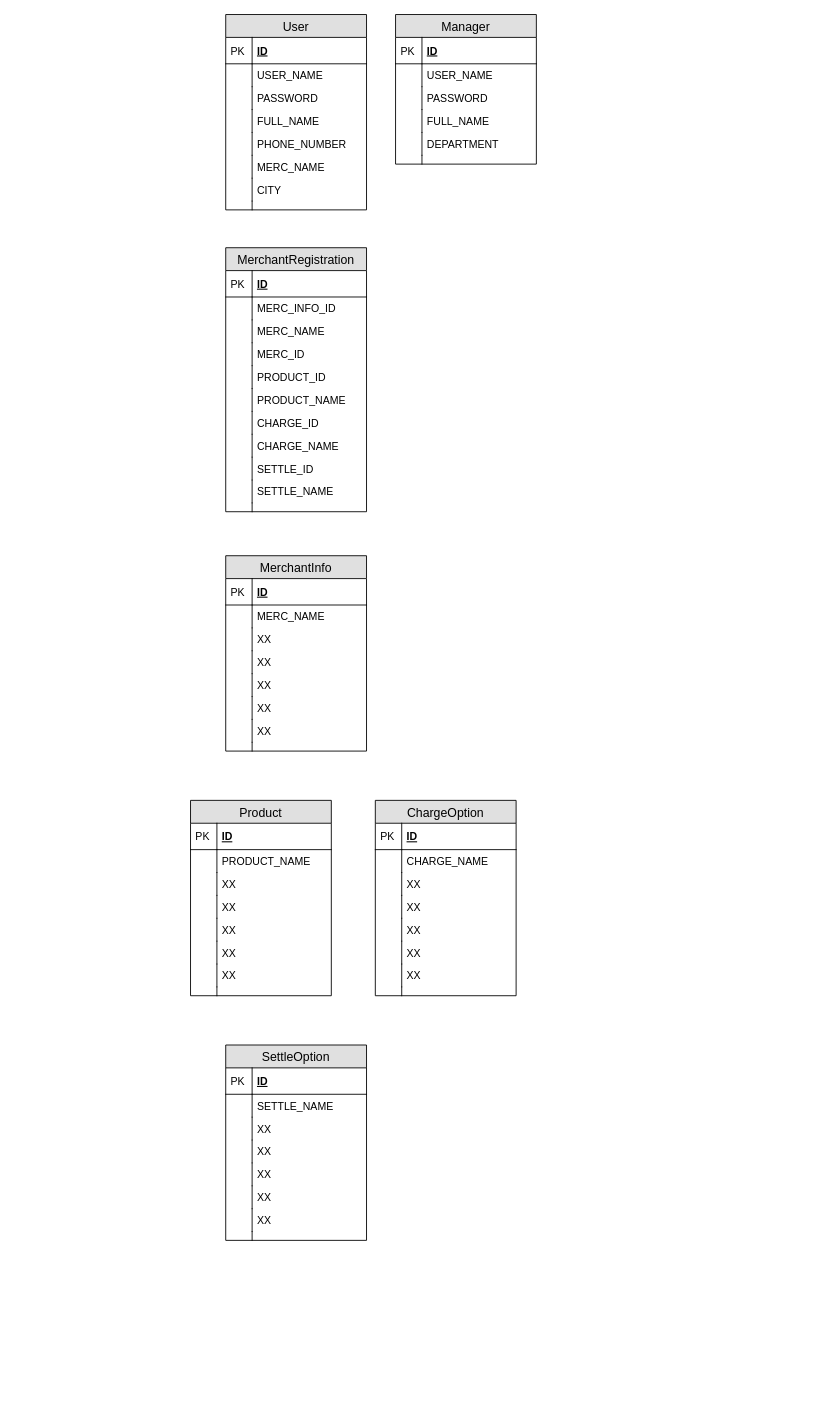
The draw.io diagram Untitled Diagram.drawio in havenqi/Draw.io, before the edit. Source tidied: cells renumbered, new cells numbered last; positions are measured from the earlier drawing's top-left corner, leaving out a move shared by most shapes. Both pictures are drawn from the tidied source at 88%, with x=0, y=0 at pixel (190, 14).
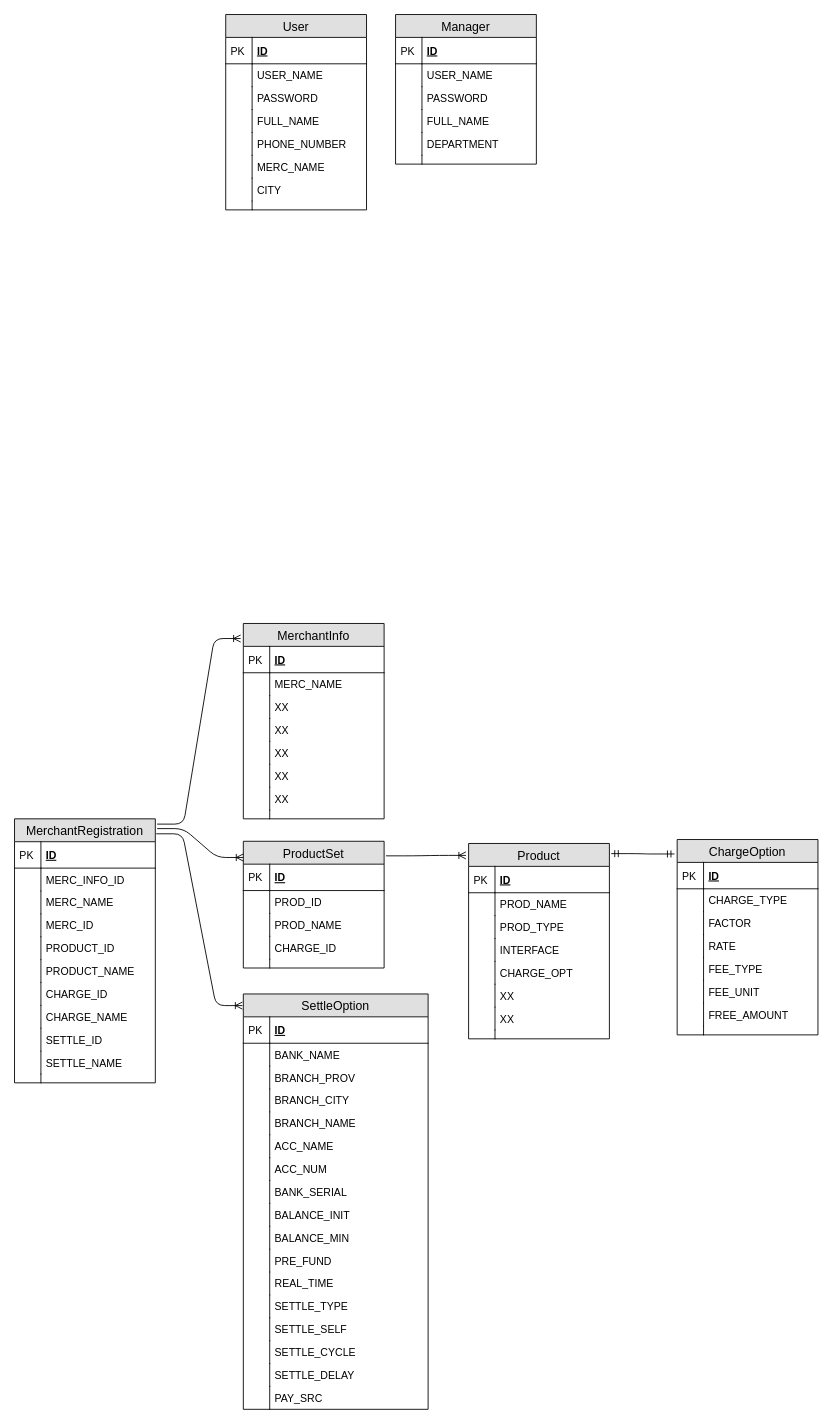
After the change.

What changed in the source:
```diff
@@
     <mxCell id="32" value="MerchantInfo" style="swimlane;fontStyle=0;horizontal=1;startSize=26;fillColor=#e0e0e0;swimlaneFillColor=#ffffff;align=center;fontSize=14;" parent="1" vertex="1">
-      <mxGeometry x="40" y="615" width="160" height="222" as="geometry" />
+      <mxGeometry x="60" y="692" width="160" height="222" as="geometry" />
     </mxCell>
@@
     <mxCell id="49" value="Product" style="swimlane;fontStyle=0;horizontal=1;startSize=26;fillColor=#e0e0e0;swimlaneFillColor=#ffffff;align=center;fontSize=14;" parent="1" vertex="1">
-      <mxGeometry y="893" width="160" height="222" as="geometry" />
+      <mxGeometry x="316" y="942" width="160" height="222" as="geometry" />
     </mxCell>
@@
-    <mxCell id="52" value="PRODUCT_NAME" style="shape=partialRectangle;top=0;left=0;right=0;bottom=0;align=left;verticalAlign=top;fillColor=none;spacingLeft=34;spacingRight=4;overflow=hidden;fontSize=12;" parent="49" vertex="1">
+    <mxCell id="52" value="PROD_NAME" style="shape=partialRectangle;top=0;left=0;right=0;bottom=0;align=left;verticalAlign=top;fillColor=none;spacingLeft=34;spacingRight=4;overflow=hidden;fontSize=12;" parent="49" vertex="1">
       <mxGeometry y="56" width="160" height="26" as="geometry" />
     </mxCell>
@@
-    <mxCell id="54" value="XX" style="shape=partialRectangle;top=0;left=0;right=0;bottom=0;align=left;verticalAlign=top;fillColor=none;spacingLeft=34;spacingRight=4;overflow=hidden;fontSize=12;" parent="49" vertex="1">
+    <mxCell id="54" value="PROD_TYPE" style="shape=partialRectangle;top=0;left=0;right=0;bottom=0;align=left;verticalAlign=top;fillColor=none;spacingLeft=34;spacingRight=4;overflow=hidden;fontSize=12;" parent="49" vertex="1">
       <mxGeometry y="82" width="160" height="26" as="geometry" />
     </mxCell>
@@
-    <mxCell id="56" value="XX" style="shape=partialRectangle;top=0;left=0;right=0;bottom=0;align=left;verticalAlign=top;fillColor=none;spacingLeft=34;spacingRight=4;overflow=hidden;fontSize=12;" parent="49" vertex="1">
+    <mxCell id="56" value="INTERFACE" style="shape=partialRectangle;top=0;left=0;right=0;bottom=0;align=left;verticalAlign=top;fillColor=none;spacingLeft=34;spacingRight=4;overflow=hidden;fontSize=12;" parent="49" vertex="1">
       <mxGeometry y="108" width="160" height="26" as="geometry" />
     </mxCell>
@@
-    <mxCell id="58" value="XX" style="shape=partialRectangle;top=0;left=0;right=0;bottom=0;align=left;verticalAlign=top;fillColor=none;spacingLeft=34;spacingRight=4;overflow=hidden;fontSize=12;" parent="49" vertex="1">
+    <mxCell id="58" value="CHARGE_OPT" style="shape=partialRectangle;top=0;left=0;right=0;bottom=0;align=left;verticalAlign=top;fillColor=none;spacingLeft=34;spacingRight=4;overflow=hidden;fontSize=12;" parent="49" vertex="1">
       <mxGeometry y="134" width="160" height="26" as="geometry" />
     </mxCell>
@@
     <mxCell id="66" value="ChargeOption" style="swimlane;fontStyle=0;horizontal=1;startSize=26;fillColor=#e0e0e0;swimlaneFillColor=#ffffff;align=center;fontSize=14;" parent="1" vertex="1">
-      <mxGeometry x="210" y="893" width="160" height="222" as="geometry" />
+      <mxGeometry x="553" y="937.5" width="160" height="222" as="geometry" />
     </mxCell>
@@
-    <mxCell id="69" value="CHARGE_NAME" style="shape=partialRectangle;top=0;left=0;right=0;bottom=0;align=left;verticalAlign=top;fillColor=none;spacingLeft=34;spacingRight=4;overflow=hidden;fontSize=12;" parent="66" vertex="1">
+    <mxCell id="69" value="CHARGE_TYPE" style="shape=partialRectangle;top=0;left=0;right=0;bottom=0;align=left;verticalAlign=top;fillColor=none;spacingLeft=34;spacingRight=4;overflow=hidden;fontSize=12;" parent="66" vertex="1">
       <mxGeometry y="56" width="160" height="26" as="geometry" />
     </mxCell>
@@
-    <mxCell id="71" value="XX" style="shape=partialRectangle;top=0;left=0;right=0;bottom=0;align=left;verticalAlign=top;fillColor=none;spacingLeft=34;spacingRight=4;overflow=hidden;fontSize=12;" parent="66" vertex="1">
+    <mxCell id="71" value="FACTOR" style="shape=partialRectangle;top=0;left=0;right=0;bottom=0;align=left;verticalAlign=top;fillColor=none;spacingLeft=34;spacingRight=4;overflow=hidden;fontSize=12;" parent="66" vertex="1">
       <mxGeometry y="82" width="160" height="26" as="geometry" />
     </mxCell>
@@
-    <mxCell id="73" value="XX" style="shape=partialRectangle;top=0;left=0;right=0;bottom=0;align=left;verticalAlign=top;fillColor=none;spacingLeft=34;spacingRight=4;overflow=hidden;fontSize=12;" parent="66" vertex="1">
+    <mxCell id="73" value="RATE" style="shape=partialRectangle;top=0;left=0;right=0;bottom=0;align=left;verticalAlign=top;fillColor=none;spacingLeft=34;spacingRight=4;overflow=hidden;fontSize=12;" parent="66" vertex="1">
       <mxGeometry y="108" width="160" height="26" as="geometry" />
     </mxCell>
@@
-    <mxCell id="75" value="XX" style="shape=partialRectangle;top=0;left=0;right=0;bottom=0;align=left;verticalAlign=top;fillColor=none;spacingLeft=34;spacingRight=4;overflow=hidden;fontSize=12;" parent="66" vertex="1">
+    <mxCell id="75" value="FEE_TYPE" style="shape=partialRectangle;top=0;left=0;right=0;bottom=0;align=left;verticalAlign=top;fillColor=none;spacingLeft=34;spacingRight=4;overflow=hidden;fontSize=12;" parent="66" vertex="1">
       <mxGeometry y="134" width="160" height="26" as="geometry" />
     </mxCell>
@@
-    <mxCell id="77" value="XX" style="shape=partialRectangle;top=0;left=0;right=0;bottom=0;align=left;verticalAlign=top;fillColor=none;spacingLeft=34;spacingRight=4;overflow=hidden;fontSize=12;" parent="66" vertex="1">
+    <mxCell id="77" value="FEE_UNIT" style="shape=partialRectangle;top=0;left=0;right=0;bottom=0;align=left;verticalAlign=top;fillColor=none;spacingLeft=34;spacingRight=4;overflow=hidden;fontSize=12;" parent="66" vertex="1">
       <mxGeometry y="160" width="160" height="26" as="geometry" />
     </mxCell>
@@
-    <mxCell id="79" value="XX" style="shape=partialRectangle;top=0;left=0;right=0;bottom=0;align=left;verticalAlign=top;fillColor=none;spacingLeft=34;spacingRight=4;overflow=hidden;fontSize=12;" parent="66" vertex="1">
+    <mxCell id="79" value="FREE_AMOUNT" style="shape=partialRectangle;top=0;left=0;right=0;bottom=0;align=left;verticalAlign=top;fillColor=none;spacingLeft=34;spacingRight=4;overflow=hidden;fontSize=12;" parent="66" vertex="1">
       <mxGeometry y="186" width="160" height="26" as="geometry" />
     </mxCell>
@@
     <mxCell id="83" value="SettleOption" style="swimlane;fontStyle=0;horizontal=1;startSize=26;fillColor=#e0e0e0;swimlaneFillColor=#ffffff;align=center;fontSize=14;" parent="1" vertex="1">
-      <mxGeometry x="40" y="1171" width="160" height="222" as="geometry" />
+      <mxGeometry x="60" y="1113" width="210" height="472" as="geometry" />
     </mxCell>
     <mxCell id="84" value="ID" style="shape=partialRectangle;top=0;left=0;right=0;bottom=1;align=left;verticalAlign=middle;fillColor=none;spacingLeft=34;spacingRight=4;overflow=hidden;fontStyle=5;fontSize=12;" parent="83" vertex="1">
-      <mxGeometry y="26" width="160" height="30" as="geometry" />
+      <mxGeometry y="26" width="210" height="30" as="geometry" />
     </mxCell>
@@
-    <mxCell id="86" value="SETTLE_NAME" style="shape=partialRectangle;top=0;left=0;right=0;bottom=0;align=left;verticalAlign=top;fillColor=none;spacingLeft=34;spacingRight=4;overflow=hidden;fontSize=12;" parent="83" vertex="1">
-      <mxGeometry y="56" width="160" height="26" as="geometry" />
+    <mxCell id="86" value="BANK_NAME" style="shape=partialRectangle;top=0;left=0;right=0;bottom=0;align=left;verticalAlign=top;fillColor=none;spacingLeft=34;spacingRight=4;overflow=hidden;fontSize=12;" parent="83" vertex="1">
+      <mxGeometry y="56" width="210" height="26" as="geometry" />
     </mxCell>
@@
-    <mxCell id="88" value="XX" style="shape=partialRectangle;top=0;left=0;right=0;bottom=0;align=left;verticalAlign=top;fillColor=none;spacingLeft=34;spacingRight=4;overflow=hidden;fontSize=12;" parent="83" vertex="1">
-      <mxGeometry y="82" width="160" height="26" as="geometry" />
+    <mxCell id="88" value="BRANCH_PROV" style="shape=partialRectangle;top=0;left=0;right=0;bottom=0;align=left;verticalAlign=top;fillColor=none;spacingLeft=34;spacingRight=4;overflow=hidden;fontSize=12;" parent="83" vertex="1">
+      <mxGeometry y="82" width="210" height="26" as="geometry" />
     </mxCell>
@@
-    <mxCell id="90" value="XX" style="shape=partialRectangle;top=0;left=0;right=0;bottom=0;align=left;verticalAlign=top;fillColor=none;spacingLeft=34;spacingRight=4;overflow=hidden;fontSize=12;" parent="83" vertex="1">
-      <mxGeometry y="108" width="160" height="26" as="geometry" />
+    <mxCell id="90" value="BRANCH_CITY" style="shape=partialRectangle;top=0;left=0;right=0;bottom=0;align=left;verticalAlign=top;fillColor=none;spacingLeft=34;spacingRight=4;overflow=hidden;fontSize=12;" parent="83" vertex="1">
+      <mxGeometry y="108" width="210" height="26" as="geometry" />
     </mxCell>
@@
-    <mxCell id="92" value="XX" style="shape=partialRectangle;top=0;left=0;right=0;bottom=0;align=left;verticalAlign=top;fillColor=none;spacingLeft=34;spacingRight=4;overflow=hidden;fontSize=12;" parent="83" vertex="1">
-      <mxGeometry y="134" width="160" height="26" as="geometry" />
+    <mxCell id="92" value="BRANCH_NAME" style="shape=partialRectangle;top=0;left=0;right=0;bottom=0;align=left;verticalAlign=top;fillColor=none;spacingLeft=34;spacingRight=4;overflow=hidden;fontSize=12;" parent="83" vertex="1">
+      <mxGeometry y="134" width="210" height="26" as="geometry" />
     </mxCell>
@@
-    <mxCell id="94" value="XX" style="shape=partialRectangle;top=0;left=0;right=0;bottom=0;align=left;verticalAlign=top;fillColor=none;spacingLeft=34;spacingRight=4;overflow=hidden;fontSize=12;" parent="83" vertex="1">
-      <mxGeometry y="160" width="160" height="26" as="geometry" />
+    <mxCell id="94" value="ACC_NAME" style="shape=partialRectangle;top=0;left=0;right=0;bottom=0;align=left;verticalAlign=top;fillColor=none;spacingLeft=34;spacingRight=4;overflow=hidden;fontSize=12;" parent="83" vertex="1">
+      <mxGeometry y="160" width="210" height="26" as="geometry" />
     </mxCell>
@@
-    <mxCell id="96" value="XX" style="shape=partialRectangle;top=0;left=0;right=0;bottom=0;align=left;verticalAlign=top;fillColor=none;spacingLeft=34;spacingRight=4;overflow=hidden;fontSize=12;" parent="83" vertex="1">
-      <mxGeometry y="186" width="160" height="26" as="geometry" />
+    <mxCell id="96" value="ACC_NUM" style="shape=partialRectangle;top=0;left=0;right=0;bottom=0;align=left;verticalAlign=top;fillColor=none;spacingLeft=34;spacingRight=4;overflow=hidden;fontSize=12;" parent="83" vertex="1">
+      <mxGeometry y="186" width="210" height="26" as="geometry" />
     </mxCell>
@@
-    <mxCell id="98" style="shape=partialRectangle;top=0;left=0;right=0;bottom=0;align=left;verticalAlign=top;fillColor=none;spacingLeft=34;spacingRight=4;overflow=hidden;fontSize=12;" parent="83" vertex="1">
-      <mxGeometry y="212" width="160" height="10" as="geometry" />
-    </mxCell>
-    <mxCell id="99" style="shape=partialRectangle;top=0;left=0;bottom=0;fillColor=none;align=left;verticalAlign=top;spacingLeft=4;spacingRight=4;overflow=hidden;fontSize=12;" parent="98" vertex="1">
-      <mxGeometry width="30" height="10" as="geometry" />
-    </mxCell>
+    <mxCell id="123" value="BANK_SERIAL" style="shape=partialRectangle;top=0;left=0;right=0;bottom=0;align=left;verticalAlign=top;fillColor=none;spacingLeft=34;spacingRight=4;overflow=hidden;fontSize=12;" parent="83" vertex="1">
+      <mxGeometry y="212" width="210" height="26" as="geometry" />
+    </mxCell>
+    <mxCell id="124" style="shape=partialRectangle;top=0;left=0;bottom=0;fillColor=none;align=left;verticalAlign=top;spacingLeft=4;spacingRight=4;overflow=hidden;fontSize=12;" parent="123" vertex="1">
+      <mxGeometry width="30" height="26" as="geometry" />
+    </mxCell>
+    <mxCell id="125" value="BALANCE_INIT" style="shape=partialRectangle;top=0;left=0;right=0;bottom=0;align=left;verticalAlign=top;fillColor=none;spacingLeft=34;spacingRight=4;overflow=hidden;fontSize=12;" parent="83" vertex="1">
+      <mxGeometry y="238" width="210" height="26" as="geometry" />
+    </mxCell>
+    <mxCell id="126" style="shape=partialRectangle;top=0;left=0;bottom=0;fillColor=none;align=left;verticalAlign=top;spacingLeft=4;spacingRight=4;overflow=hidden;fontSize=12;" parent="125" vertex="1">
+      <mxGeometry width="30" height="26" as="geometry" />
+    </mxCell>
+    <mxCell id="127" value="BALANCE_MIN" style="shape=partialRectangle;top=0;left=0;right=0;bottom=0;align=left;verticalAlign=top;fillColor=none;spacingLeft=34;spacingRight=4;overflow=hidden;fontSize=12;" parent="83" vertex="1">
+      <mxGeometry y="264" width="210" height="26" as="geometry" />
+    </mxCell>
+    <mxCell id="128" style="shape=partialRectangle;top=0;left=0;bottom=0;fillColor=none;align=left;verticalAlign=top;spacingLeft=4;spacingRight=4;overflow=hidden;fontSize=12;" parent="127" vertex="1">
+      <mxGeometry width="30" height="26" as="geometry" />
+    </mxCell>
+    <mxCell id="129" value="PRE_FUND" style="shape=partialRectangle;top=0;left=0;right=0;bottom=0;align=left;verticalAlign=top;fillColor=none;spacingLeft=34;spacingRight=4;overflow=hidden;fontSize=12;" parent="83" vertex="1">
+      <mxGeometry y="290" width="210" height="26" as="geometry" />
+    </mxCell>
+    <mxCell id="130" style="shape=partialRectangle;top=0;left=0;bottom=0;fillColor=none;align=left;verticalAlign=top;spacingLeft=4;spacingRight=4;overflow=hidden;fontSize=12;" parent="129" vertex="1">
+      <mxGeometry width="30" height="26" as="geometry" />
+    </mxCell>
+    <mxCell id="131" value="REAL_TIME" style="shape=partialRectangle;top=0;left=0;right=0;bottom=0;align=left;verticalAlign=top;fillColor=none;spacingLeft=34;spacingRight=4;overflow=hidden;fontSize=12;" parent="83" vertex="1">
+      <mxGeometry y="316" width="210" height="26" as="geometry" />
+    </mxCell>
+    <mxCell id="132" style="shape=partialRectangle;top=0;left=0;bottom=0;fillColor=none;align=left;verticalAlign=top;spacingLeft=4;spacingRight=4;overflow=hidden;fontSize=12;" parent="131" vertex="1">
+      <mxGeometry width="30" height="26" as="geometry" />
+    </mxCell>
+    <mxCell id="133" value="SETTLE_TYPE" style="shape=partialRectangle;top=0;left=0;right=0;bottom=0;align=left;verticalAlign=top;fillColor=none;spacingLeft=34;spacingRight=4;overflow=hidden;fontSize=12;" parent="83" vertex="1">
+      <mxGeometry y="342" width="210" height="26" as="geometry" />
+    </mxCell>
+    <mxCell id="134" style="shape=partialRectangle;top=0;left=0;bottom=0;fillColor=none;align=left;verticalAlign=top;spacingLeft=4;spacingRight=4;overflow=hidden;fontSize=12;" parent="133" vertex="1">
+      <mxGeometry width="30" height="26" as="geometry" />
+    </mxCell>
+    <mxCell id="135" value="SETTLE_SELF" style="shape=partialRectangle;top=0;left=0;right=0;bottom=0;align=left;verticalAlign=top;fillColor=none;spacingLeft=34;spacingRight=4;overflow=hidden;fontSize=12;" parent="83" vertex="1">
+      <mxGeometry y="368" width="210" height="26" as="geometry" />
+    </mxCell>
+    <mxCell id="136" style="shape=partialRectangle;top=0;left=0;bottom=0;fillColor=none;align=left;verticalAlign=top;spacingLeft=4;spacingRight=4;overflow=hidden;fontSize=12;" parent="135" vertex="1">
+      <mxGeometry width="30" height="26" as="geometry" />
+    </mxCell>
+    <mxCell id="137" value="SETTLE_CYCLE" style="shape=partialRectangle;top=0;left=0;right=0;bottom=0;align=left;verticalAlign=top;fillColor=none;spacingLeft=34;spacingRight=4;overflow=hidden;fontSize=12;" parent="83" vertex="1">
+      <mxGeometry y="394" width="210" height="26" as="geometry" />
+    </mxCell>
+    <mxCell id="138" style="shape=partialRectangle;top=0;left=0;bottom=0;fillColor=none;align=left;verticalAlign=top;spacingLeft=4;spacingRight=4;overflow=hidden;fontSize=12;" parent="137" vertex="1">
+      <mxGeometry width="30" height="26" as="geometry" />
+    </mxCell>
+    <mxCell id="139" value="SETTLE_DELAY" style="shape=partialRectangle;top=0;left=0;right=0;bottom=0;align=left;verticalAlign=top;fillColor=none;spacingLeft=34;spacingRight=4;overflow=hidden;fontSize=12;" parent="83" vertex="1">
+      <mxGeometry y="420" width="210" height="26" as="geometry" />
+    </mxCell>
+    <mxCell id="140" style="shape=partialRectangle;top=0;left=0;bottom=0;fillColor=none;align=left;verticalAlign=top;spacingLeft=4;spacingRight=4;overflow=hidden;fontSize=12;" parent="139" vertex="1">
+      <mxGeometry width="30" height="26" as="geometry" />
+    </mxCell>
+    <mxCell id="141" value="PAY_SRC" style="shape=partialRectangle;top=0;left=0;right=0;bottom=0;align=left;verticalAlign=top;fillColor=none;spacingLeft=34;spacingRight=4;overflow=hidden;fontSize=12;" parent="83" vertex="1">
+      <mxGeometry y="446" width="210" height="26" as="geometry" />
+    </mxCell>
+    <mxCell id="142" style="shape=partialRectangle;top=0;left=0;bottom=0;fillColor=none;align=left;verticalAlign=top;spacingLeft=4;spacingRight=4;overflow=hidden;fontSize=12;" parent="141" vertex="1">
+      <mxGeometry width="30" height="26" as="geometry" />
+    </mxCell>
     <mxCell id="100" value="MerchantRegistration" style="swimlane;fontStyle=0;horizontal=1;startSize=26;fillColor=#e0e0e0;swimlaneFillColor=#ffffff;align=center;fontSize=14;" parent="1" vertex="1">
-      <mxGeometry x="40" y="265" width="160" height="300" as="geometry" />
+      <mxGeometry x="-200" y="914" width="160" height="300" as="geometry" />
     </mxCell>
@@
+    <mxCell id="143" value="ProductSet" style="swimlane;fontStyle=0;horizontal=1;startSize=26;fillColor=#e0e0e0;swimlaneFillColor=#ffffff;align=center;fontSize=14;" parent="1" vertex="1">
+      <mxGeometry x="60" y="939.5" width="160" height="144" as="geometry" />
+    </mxCell>
+    <mxCell id="144" value="ID" style="shape=partialRectangle;top=0;left=0;right=0;bottom=1;align=left;verticalAlign=middle;fillColor=none;spacingLeft=34;spacingRight=4;overflow=hidden;fontStyle=5;fontSize=12;" parent="143" vertex="1">
+      <mxGeometry y="26" width="160" height="30" as="geometry" />
+    </mxCell>
+    <mxCell id="145" value="PK" style="shape=partialRectangle;top=0;left=0;bottom=0;fillColor=none;align=left;verticalAlign=middle;spacingLeft=4;spacingRight=4;overflow=hidden;fontSize=12;" parent="144" vertex="1">
+      <mxGeometry width="30" height="30" as="geometry" />
+    </mxCell>
+    <mxCell id="146" value="PROD_ID" style="shape=partialRectangle;top=0;left=0;right=0;bottom=0;align=left;verticalAlign=top;fillColor=none;spacingLeft=34;spacingRight=4;overflow=hidden;fontSize=12;" parent="143" vertex="1">
+      <mxGeometry y="56" width="160" height="26" as="geometry" />
+    </mxCell>
+    <mxCell id="147" style="shape=partialRectangle;top=0;left=0;bottom=0;fillColor=none;align=left;verticalAlign=top;spacingLeft=4;spacingRight=4;overflow=hidden;fontSize=12;" parent="146" vertex="1">
+      <mxGeometry width="30" height="26" as="geometry" />
+    </mxCell>
+    <mxCell id="148" value="PROD_NAME" style="shape=partialRectangle;top=0;left=0;right=0;bottom=0;align=left;verticalAlign=top;fillColor=none;spacingLeft=34;spacingRight=4;overflow=hidden;fontSize=12;" parent="143" vertex="1">
+      <mxGeometry y="82" width="160" height="26" as="geometry" />
+    </mxCell>
+    <mxCell id="149" style="shape=partialRectangle;top=0;left=0;bottom=0;fillColor=none;align=left;verticalAlign=top;spacingLeft=4;spacingRight=4;overflow=hidden;fontSize=12;" parent="148" vertex="1">
+      <mxGeometry width="30" height="26" as="geometry" />
+    </mxCell>
+    <mxCell id="150" value="CHARGE_ID" style="shape=partialRectangle;top=0;left=0;right=0;bottom=0;align=left;verticalAlign=top;fillColor=none;spacingLeft=34;spacingRight=4;overflow=hidden;fontSize=12;" parent="143" vertex="1">
+      <mxGeometry y="108" width="160" height="26" as="geometry" />
+    </mxCell>
+    <mxCell id="151" style="shape=partialRectangle;top=0;left=0;bottom=0;fillColor=none;align=left;verticalAlign=top;spacingLeft=4;spacingRight=4;overflow=hidden;fontSize=12;" parent="150" vertex="1">
+      <mxGeometry width="30" height="26" as="geometry" />
+    </mxCell>
+    <mxCell id="152" style="shape=partialRectangle;top=0;left=0;right=0;bottom=0;align=left;verticalAlign=top;fillColor=none;spacingLeft=34;spacingRight=4;overflow=hidden;fontSize=12;" parent="143" vertex="1">
+      <mxGeometry y="134" width="160" height="10" as="geometry" />
+    </mxCell>
+    <mxCell id="99" style="shape=partialRectangle;top=0;left=0;bottom=0;fillColor=none;align=left;verticalAlign=top;spacingLeft=4;spacingRight=4;overflow=hidden;fontSize=12;" parent="152" vertex="1">
+      <mxGeometry width="30" height="10" as="geometry" />
+    </mxCell>
+    <mxCell id="153" style="edgeStyle=entityRelationEdgeStyle;fontSize=12;html=1;endArrow=ERoneToMany;exitX=1.013;exitY=0.115;exitDx=0;exitDy=0;exitPerimeter=0;entryX=-0.019;entryY=0.061;entryDx=0;entryDy=0;entryPerimeter=0;" parent="1" edge="1" source="143" target="49">
+      <mxGeometry relative="1" as="geometry" />
+    </mxCell>
+    <mxCell id="154" style="edgeStyle=entityRelationEdgeStyle;fontSize=12;html=1;endArrow=ERmandOne;startArrow=ERmandOne;exitX=1.013;exitY=0.052;exitDx=0;exitDy=0;exitPerimeter=0;entryX=-0.019;entryY=0.074;entryDx=0;entryDy=0;entryPerimeter=0;" parent="1" edge="1" source="49" target="66">
+      <mxGeometry relative="1" as="geometry" />
+    </mxCell>
+    <mxCell id="155" style="edgeStyle=entityRelationEdgeStyle;fontSize=12;html=1;endArrow=ERoneToMany;entryX=0;entryY=0.128;entryDx=0;entryDy=0;entryPerimeter=0;exitX=1.013;exitY=0.037;exitDx=0;exitDy=0;exitPerimeter=0;" parent="1" edge="1" source="100" target="143">
+      <mxGeometry relative="1" as="geometry" />
+    </mxCell>
+    <mxCell id="156" style="edgeStyle=entityRelationEdgeStyle;fontSize=12;html=1;endArrow=ERoneToMany;entryX=-0.005;entryY=0.028;entryDx=0;entryDy=0;entryPerimeter=0;" parent="1" edge="1" target="83">
+      <mxGeometry relative="1" as="geometry">
+        <mxPoint x="-39" y="931" as="sourcePoint" />
+      </mxGeometry>
+    </mxCell>
+    <mxCell id="157" style="edgeStyle=entityRelationEdgeStyle;fontSize=12;html=1;endArrow=ERoneToMany;exitX=1.013;exitY=0.02;exitDx=0;exitDy=0;exitPerimeter=0;entryX=-0.019;entryY=0.077;entryDx=0;entryDy=0;entryPerimeter=0;" parent="1" edge="1" source="100" target="32">
+      <mxGeometry relative="1" as="geometry" />
+    </mxCell>
```
